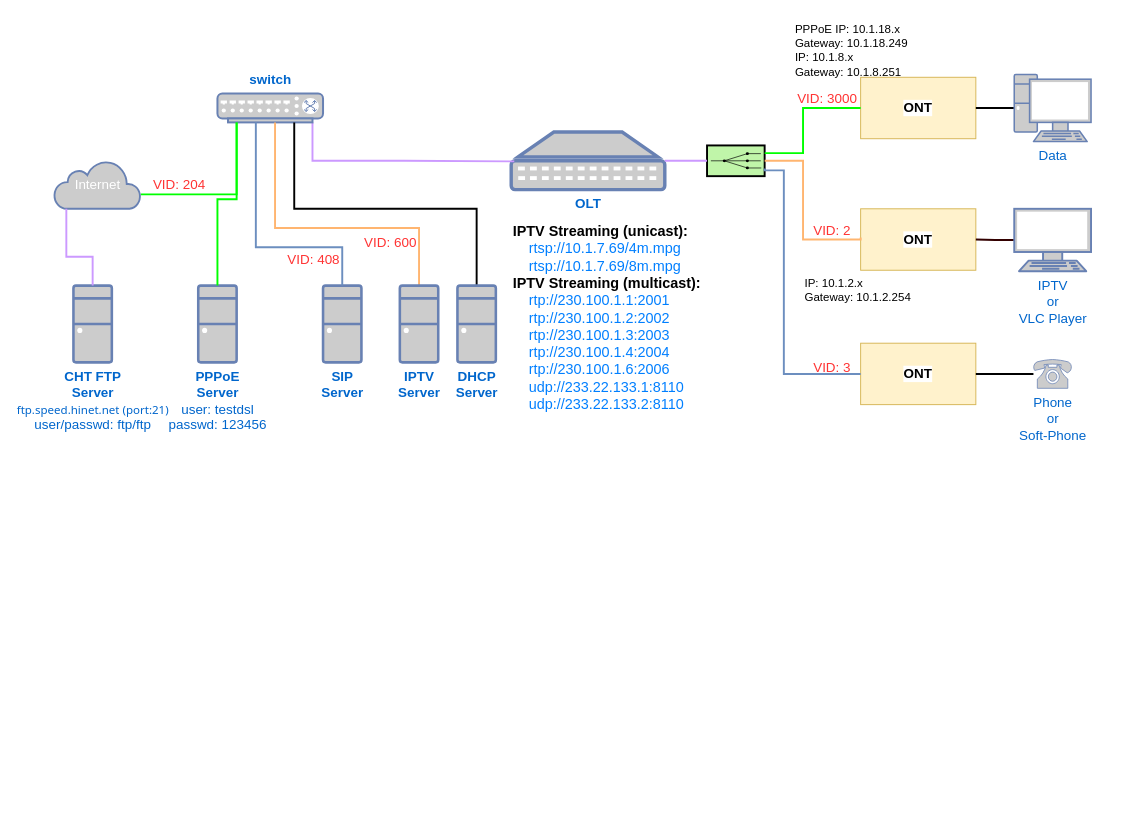
Before: HuaweiMA5800-X7-ONT-Setup/BSQA-ENV_Topology.drawio.xml in ChangHsingLee/TeraTermScripts, a draw.io diagram. Source tidied: cells renumbered, new cells numbered last; positions are measured from the earlier drawing's top-left corner, leaving out a move shared by most shapes. Both pictures are drawn from the tidied source at 96%, with x=0, y=0 at pixel (54, 16).
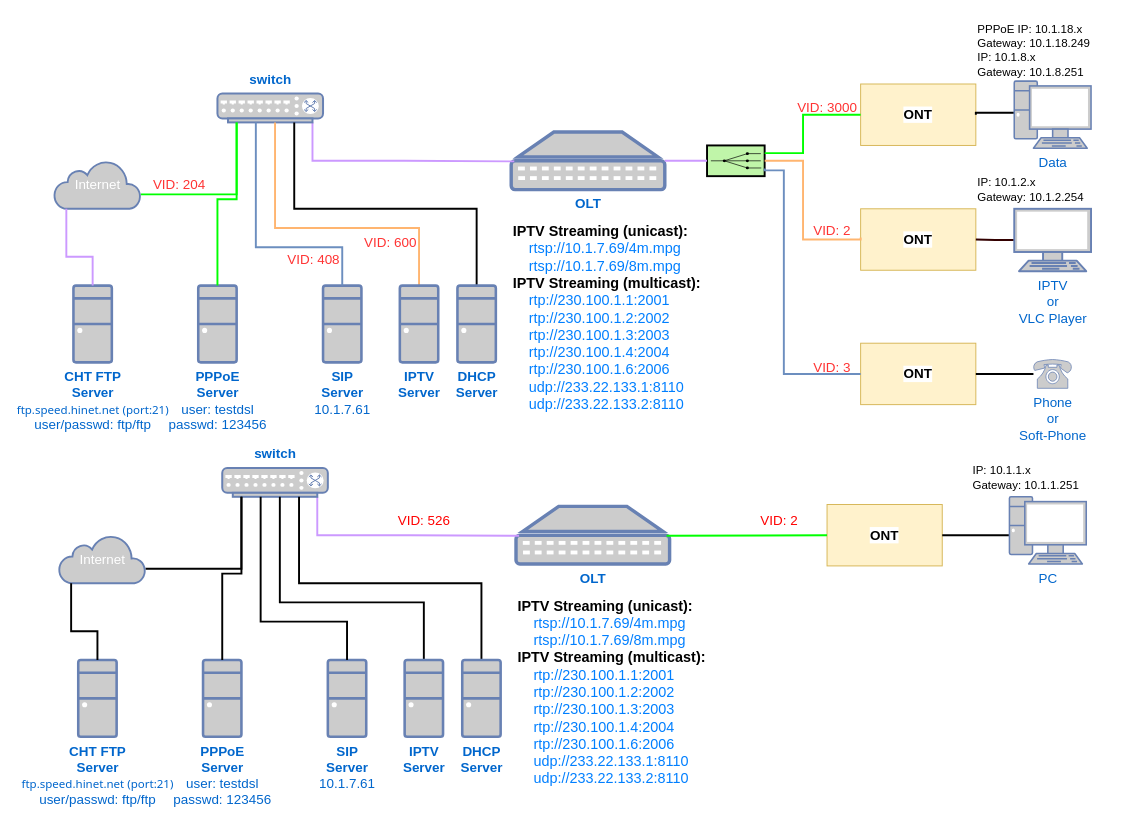
The same page after the edit.

The change refers to these unchanged cells:
```xml
<mxCell id="2" style="group;" parent="1" vertex="1">
  <mxGeometry width="1080" height="417.5" as="geometry" />
</mxCell>
<mxCell id="8" style="strokeWidth=2;outlineConnect=0;dashed=0;align=center;fontSize=8;fillColor=#c0f5a9;verticalLabelPosition=bottom;verticalAlign=top;shape=mxgraph.eip.recipient_list;" parent="2" vertex="1">
  <mxGeometry x="680" y="134" width="60" height="32" as="geometry" />
</mxCell>
```

The edit, as a diff of the source:
```diff
@@
     <mxCell id="4" value="&lt;b&gt;ONT&lt;/b&gt;" style="rounded=0;whiteSpace=wrap;html=1;labelBackgroundColor=#FFFFFF;fontSize=14;fillColor=#fff2cc;strokeColor=#d6b656;" parent="2" vertex="1">
-      <mxGeometry x="840" y="63" width="120" height="64" as="geometry" />
+      <mxGeometry x="840" y="70" width="120" height="64" as="geometry" />
     </mxCell>
@@
     <mxCell id="19" style="edgeStyle=orthogonalEdgeStyle;rounded=0;jettySize=auto;html=1;entryX=1;entryY=0.25;entryDx=0;entryDy=0;entryPerimeter=0;strokeColor=#00FF00;strokeWidth=2;fontSize=14;fontColor=#FFFFFF;endArrow=none;endFill=0;startArrow=none;exitX=0;exitY=0.5;exitDx=0;exitDy=0;" parent="2" edge="1" source="4" target="8">
       <mxGeometry relative="1" as="geometry">
         <Array as="points">
-          <mxPoint x="780" y="95" />
+          <mxPoint x="780" y="102" />
           <mxPoint x="780" y="142" />
         </Array>
       </mxGeometry>
     </mxCell>
@@
     <mxCell id="21" style="edgeStyle=orthogonalEdgeStyle;rounded=0;jettySize=auto;html=1;strokeColor=#000000;strokeWidth=2;fontSize=14;fontColor=#FFFFFF;endArrow=none;endFill=0;entryX=1;entryY=0.5;entryDx=0;entryDy=0;" parent="2" edge="1" source="24" target="4">
       <mxGeometry relative="1" as="geometry">
         <Array as="points">
-          <mxPoint x="970" y="95" />
-          <mxPoint x="970" y="95" />
+          <mxPoint x="960" y="100" />
         </Array>
       </mxGeometry>
     </mxCell>
@@
     <mxCell id="24" value="Data" style="fontColor=#0066CC;verticalAlign=top;verticalLabelPosition=bottom;labelPosition=center;align=center;html=1;outlineConnect=0;fillColor=#CCCCCC;strokeColor=#6881B3;gradientColor=none;gradientDirection=north;strokeWidth=2;shape=mxgraph.networks.pc;labelBackgroundColor=#FFFFFF;fontSize=14;" parent="2" vertex="1">
-      <mxGeometry x="1000" y="60" width="80" height="70" as="geometry" />
+      <mxGeometry x="1000" y="67" width="80" height="70" as="geometry" />
     </mxCell>
@@
     <mxCell id="28" value="IP: 10.1.8.x&lt;br&gt;&lt;div style=&quot;&quot;&gt;&lt;span style=&quot;background-color: initial;&quot;&gt;Gateway:&amp;nbsp;10.1.8.251&lt;/span&gt;&lt;/div&gt;" style="text;html=1;align=left;verticalAlign=middle;strokeColor=none;fillColor=none;" parent="2" vertex="1">
-      <mxGeometry x="770" y="30" width="130" height="40" as="geometry" />
+      <mxGeometry x="960" y="30" width="130" height="40" as="geometry" />
     </mxCell>
@@
     <mxCell id="31" value="IP: 10.1.2.x&lt;br&gt;&lt;div style=&quot;&quot;&gt;&lt;span style=&quot;background-color: initial;&quot;&gt;Gateway:&amp;nbsp;10.1.2.254&lt;/span&gt;&lt;/div&gt;" style="text;html=1;align=left;verticalAlign=middle;strokeColor=none;fillColor=none;" parent="2" vertex="1">
-      <mxGeometry x="780" y="265" width="130" height="40" as="geometry" />
+      <mxGeometry x="960" y="160" width="130" height="40" as="geometry" />
     </mxCell>
     <mxCell id="32" value="PPPoE IP: 10.1.18.x&lt;br&gt;Gateway: 10.1.18.249" style="text;html=1;align=left;verticalAlign=middle;strokeColor=none;fillColor=none;" parent="2" vertex="1">
-      <mxGeometry x="770" width="140" height="40" as="geometry" />
+      <mxGeometry x="960" width="140" height="40" as="geometry" />
     </mxCell>
@@
     <mxCell id="34" value="&lt;font color=&quot;#ff3333&quot;&gt;VID: 3000&lt;/font&gt;" style="text;html=1;align=center;verticalAlign=middle;strokeColor=none;fillColor=none;fontSize=14;fontColor=#0066CC;" parent="2" vertex="1">
-      <mxGeometry x="760" y="70" width="90" height="30" as="geometry" />
+      <mxGeometry x="760" y="80" width="90" height="30" as="geometry" />
     </mxCell>
-    <mxCell id="35" value="&lt;b&gt;SIP&lt;br&gt;Server&lt;/b&gt;" style="fontColor=#0066CC;verticalAlign=top;verticalLabelPosition=bottom;labelPosition=center;align=center;html=1;outlineConnect=0;fillColor=#CCCCCC;strokeColor=#6881B3;gradientColor=none;gradientDirection=north;strokeWidth=2;shape=mxgraph.networks.desktop_pc;fontSize=14;" parent="2" vertex="1">
+    <mxCell id="35" value="&lt;b&gt;SIP&lt;br&gt;Server&lt;br&gt;&lt;/b&gt;10.1.7.61&lt;b&gt;&lt;br&gt;&lt;/b&gt;" style="fontColor=#0066CC;verticalAlign=top;verticalLabelPosition=bottom;labelPosition=center;align=center;html=1;outlineConnect=0;fillColor=#CCCCCC;strokeColor=#6881B3;gradientColor=none;gradientDirection=north;strokeWidth=2;shape=mxgraph.networks.desktop_pc;fontSize=14;" parent="2" vertex="1">
       <mxGeometry x="280" y="280" width="40" height="80" as="geometry" />
     </mxCell>
@@
+    <mxCell id="43" style="group;" parent="1" vertex="1">
+      <mxGeometry x="5" y="440" width="1080" height="367.5" as="geometry" />
+    </mxCell>
+    <mxCell id="44" value="&lt;b&gt;ONT&lt;/b&gt;" style="rounded=0;whiteSpace=wrap;html=1;labelBackgroundColor=#FFFFFF;fontSize=14;fillColor=#fff2cc;strokeColor=#d6b656;" parent="43" vertex="1">
+      <mxGeometry x="800" y="68" width="120" height="64" as="geometry" />
+    </mxCell>
+    <mxCell id="45" value="&lt;b&gt;&lt;font style=&quot;font-size: 14px;&quot;&gt;OLT&lt;/font&gt;&lt;/b&gt;" style="fontColor=#0066CC;verticalAlign=top;verticalLabelPosition=bottom;labelPosition=center;align=center;html=1;outlineConnect=0;fillColor=#CCCCCC;strokeColor=#6881B3;gradientColor=none;gradientDirection=north;strokeWidth=2;shape=mxgraph.networks.patch_panel;" parent="43" vertex="1">
+      <mxGeometry x="476" y="70" width="160" height="60" as="geometry" />
+    </mxCell>
+    <mxCell id="46" style="edgeStyle=orthogonalEdgeStyle;rounded=0;jettySize=auto;html=1;entryX=0.02;entryY=0.51;entryDx=0;entryDy=0;entryPerimeter=0;fontSize=14;endArrow=none;endFill=0;strokeColor=#CC99FF;strokeWidth=2;" parent="43" edge="1" source="47" target="45">
+      <mxGeometry relative="1" as="geometry">
+        <Array as="points">
+          <mxPoint x="269" y="100" />
+          <mxPoint x="365" y="100" />
+        </Array>
+      </mxGeometry>
+    </mxCell>
+    <mxCell id="47" style="fontColor=#0066CC;verticalAlign=top;verticalLabelPosition=bottom;labelPosition=center;align=center;html=1;outlineConnect=0;fillColor=#CCCCCC;strokeColor=#6881B3;gradientColor=none;gradientDirection=north;strokeWidth=2;shape=mxgraph.networks.switch;fontSize=14;" parent="43" vertex="1">
+      <mxGeometry x="170" y="30" width="110" height="30" as="geometry" />
+    </mxCell>
+    <mxCell id="48" style="edgeStyle=orthogonalEdgeStyle;rounded=0;jettySize=auto;html=1;fontSize=14;endArrow=none;endFill=0;strokeWidth=2;exitX=0.5;exitY=0;exitDx=0;exitDy=0;exitPerimeter=0;" parent="43" edge="1" source="49" target="47">
+      <mxGeometry relative="1" as="geometry">
+        <Array as="points">
+          <mxPoint x="440" y="150" />
+          <mxPoint x="250" y="150" />
+        </Array>
+      </mxGeometry>
+    </mxCell>
+    <mxCell id="49" value="&lt;b&gt;DHCP&lt;br&gt;Server&lt;/b&gt;" style="fontColor=#0066CC;verticalAlign=top;verticalLabelPosition=bottom;labelPosition=center;align=center;html=1;outlineConnect=0;fillColor=#CCCCCC;strokeColor=#6881B3;gradientColor=none;gradientDirection=north;strokeWidth=2;shape=mxgraph.networks.desktop_pc;fontSize=14;" parent="43" vertex="1">
+      <mxGeometry x="420" y="230" width="40" height="80" as="geometry" />
+    </mxCell>
+    <mxCell id="50" style="edgeStyle=orthogonalEdgeStyle;rounded=0;jettySize=auto;html=1;fontSize=14;endArrow=none;endFill=0;strokeWidth=2;strokeColor=#000000;exitX=0.5;exitY=0;exitDx=0;exitDy=0;exitPerimeter=0;" parent="43" edge="1" source="51" target="47">
+      <mxGeometry relative="1" as="geometry">
+        <Array as="points">
+          <mxPoint x="380" y="170" />
+          <mxPoint x="230" y="170" />
+        </Array>
+      </mxGeometry>
+    </mxCell>
+    <mxCell id="51" value="&lt;b&gt;IPTV&lt;br&gt;Server&lt;/b&gt;" style="fontColor=#0066CC;verticalAlign=top;verticalLabelPosition=bottom;labelPosition=center;align=center;html=1;outlineConnect=0;fillColor=#CCCCCC;strokeColor=#6881B3;gradientColor=none;gradientDirection=north;strokeWidth=2;shape=mxgraph.networks.desktop_pc;fontSize=14;" parent="43" vertex="1">
+      <mxGeometry x="360" y="230" width="40" height="80" as="geometry" />
+    </mxCell>
+    <mxCell id="52" style="edgeStyle=orthogonalEdgeStyle;rounded=0;jettySize=auto;html=1;fontSize=14;endArrow=none;endFill=0;strokeWidth=2;strokeColor=#000000;" parent="43" edge="1" source="53" target="47">
+      <mxGeometry relative="1" as="geometry">
+        <Array as="points">
+          <mxPoint x="190" y="135" />
+        </Array>
+      </mxGeometry>
+    </mxCell>
+    <mxCell id="53" value="Internet" style="html=1;outlineConnect=0;fillColor=#CCCCCC;strokeColor=#6881B3;gradientColor=none;gradientDirection=north;strokeWidth=2;shape=mxgraph.networks.cloud;fontColor=#ffffff;fontSize=14;" parent="43" vertex="1">
+      <mxGeometry y="100" width="90" height="50" as="geometry" />
+    </mxCell>
+    <mxCell id="54" value="&lt;font color=&quot;#0066cc&quot;&gt;&lt;b&gt;switch&lt;/b&gt;&lt;/font&gt;" style="text;html=1;align=center;verticalAlign=middle;strokeColor=none;fillColor=none;fontSize=14;fontColor=#66B2FF;" parent="43" vertex="1">
+      <mxGeometry x="190" width="70" height="30" as="geometry" />
+    </mxCell>
+    <mxCell id="55" style="edgeStyle=orthogonalEdgeStyle;rounded=0;jettySize=auto;html=1;entryX=0.98;entryY=0.51;entryDx=0;entryDy=0;entryPerimeter=0;strokeColor=#00FF00;strokeWidth=2;fontSize=14;fontColor=#FFFFFF;endArrow=none;endFill=0;startArrow=none;exitX=0;exitY=0.5;exitDx=0;exitDy=0;" parent="43" edge="1" source="44" target="45">
+      <mxGeometry relative="1" as="geometry">
+        <Array as="points">
+          <mxPoint x="800" y="101" />
+        </Array>
+      </mxGeometry>
+    </mxCell>
+    <mxCell id="56" style="edgeStyle=orthogonalEdgeStyle;rounded=0;jettySize=auto;html=1;strokeColor=#000000;strokeWidth=2;fontSize=14;fontColor=#FFFFFF;endArrow=none;endFill=0;entryX=1;entryY=0.5;entryDx=0;entryDy=0;" parent="43" edge="1" source="57" target="44">
+      <mxGeometry relative="1" as="geometry">
+        <Array as="points">
+          <mxPoint x="920" y="100" />
+        </Array>
+      </mxGeometry>
+    </mxCell>
+    <mxCell id="57" value="PC" style="fontColor=#0066CC;verticalAlign=top;verticalLabelPosition=bottom;labelPosition=center;align=center;html=1;outlineConnect=0;fillColor=#CCCCCC;strokeColor=#6881B3;gradientColor=none;gradientDirection=north;strokeWidth=2;shape=mxgraph.networks.pc;labelBackgroundColor=#FFFFFF;fontSize=14;" parent="43" vertex="1">
+      <mxGeometry x="990" y="60" width="80" height="70" as="geometry" />
+    </mxCell>
+    <mxCell id="58" value="&lt;b&gt;CHT FTP&lt;/b&gt;&lt;br&gt;&lt;b&gt;Server&lt;/b&gt;&lt;br&gt;&lt;span style=&quot;font-family: Tahoma; font-size: 12px; background-color: rgb(255, 255, 255);&quot;&gt;ftp.speed.hinet.net&lt;/span&gt;&lt;span style=&quot;font-family: Tahoma; font-size: 12px; background-color: rgb(255, 255, 255);&quot; class=&quot;Apple-converted-space&quot;&gt;&amp;nbsp;&lt;/span&gt;&lt;span style=&quot;font-family: Tahoma; font-size: 12px; background-color: rgb(255, 255, 255);&quot;&gt;(port:21)&lt;br&gt;&lt;/span&gt;user/passwd: ftp/ftp" style="fontColor=#0066CC;verticalAlign=top;verticalLabelPosition=bottom;labelPosition=center;align=center;html=1;outlineConnect=0;fillColor=#CCCCCC;strokeColor=#6881B3;gradientColor=none;gradientDirection=north;strokeWidth=2;shape=mxgraph.networks.desktop_pc;fontSize=14;" parent="43" vertex="1">
+      <mxGeometry x="20" y="230" width="40" height="80" as="geometry" />
+    </mxCell>
+    <mxCell id="59" style="edgeStyle=orthogonalEdgeStyle;rounded=0;jettySize=auto;html=1;entryX=0.5;entryY=0;entryDx=0;entryDy=0;entryPerimeter=0;strokeColor=#000000;strokeWidth=2;fontSize=14;fontColor=#FFFFFF;endArrow=none;endFill=0;exitX=0.14;exitY=1;exitDx=0;exitDy=0;exitPerimeter=0;" parent="43" edge="1" source="53" target="58">
+      <mxGeometry relative="1" as="geometry">
+        <Array as="points">
+          <mxPoint x="13" y="200" />
+          <mxPoint x="40" y="200" />
+        </Array>
+      </mxGeometry>
+    </mxCell>
+    <mxCell id="60" value="&lt;b&gt;PPPoE&lt;/b&gt;&lt;br&gt;&lt;b&gt;Server&lt;/b&gt;&lt;br&gt;user: testdsl&lt;br&gt;passwd: 123456" style="fontColor=#0066CC;verticalAlign=top;verticalLabelPosition=bottom;labelPosition=center;align=center;html=1;outlineConnect=0;fillColor=#CCCCCC;strokeColor=#6881B3;gradientColor=none;gradientDirection=north;strokeWidth=2;shape=mxgraph.networks.desktop_pc;fontSize=14;" parent="43" vertex="1">
+      <mxGeometry x="150" y="230" width="40" height="80" as="geometry" />
+    </mxCell>
+    <mxCell id="61" style="edgeStyle=orthogonalEdgeStyle;rounded=0;jettySize=auto;html=1;labelBackgroundColor=none;strokeColor=#000000;strokeWidth=2;endArrow=none;endFill=0;entryX=0.5;entryY=0;entryDx=0;entryDy=0;entryPerimeter=0;" parent="43" edge="1" source="47" target="60">
+      <mxGeometry relative="1" as="geometry">
+        <Array as="points">
+          <mxPoint x="190" y="140" />
+          <mxPoint x="170" y="140" />
+        </Array>
+      </mxGeometry>
+    </mxCell>
+    <mxCell id="62" value="&lt;b&gt;IPTV Streaming (unicast):&lt;/b&gt;&lt;br style=&quot;font-size: 15px;&quot;&gt;&amp;nbsp; &amp;nbsp; &lt;font color=&quot;#007fff&quot;&gt;rtsp://10.1.7.69/4m.mpg&lt;br style=&quot;font-size: 15px;&quot;&gt;&amp;nbsp; &amp;nbsp; rtsp://10.1.7.69/8m.mpg&lt;/font&gt;&lt;br style=&quot;font-size: 15px;&quot;&gt;&lt;b&gt;IPTV Streaming (multicast):&lt;/b&gt;&lt;br style=&quot;font-size: 15px;&quot;&gt;&amp;nbsp; &amp;nbsp; &lt;font color=&quot;#007fff&quot;&gt;rtp://230.100.1.1:2001&lt;br style=&quot;font-size: 15px;&quot;&gt;&lt;/font&gt;&amp;nbsp; &amp;nbsp;&amp;nbsp;&lt;font style=&quot;border-color: var(--border-color);&quot; color=&quot;#007fff&quot;&gt;rtp://230.100.1.2:2002&lt;br style=&quot;border-color: var(--border-color);&quot;&gt;&lt;/font&gt;&lt;font color=&quot;#007fff&quot;&gt;&amp;nbsp; &amp;nbsp; rtp://230.100.1.3:2003&lt;br&gt;&lt;/font&gt;&amp;nbsp; &amp;nbsp;&amp;nbsp;&lt;font style=&quot;border-color: var(--border-color);&quot; color=&quot;#007fff&quot;&gt;rtp://230.100.1.4:2004&lt;br&gt;&lt;span style=&quot;color: rgb(0, 0, 0);&quot;&gt;&amp;nbsp; &amp;nbsp;&amp;nbsp;&lt;/span&gt;&lt;font style=&quot;border-color: var(--border-color);&quot; color=&quot;#007fff&quot;&gt;rtp://230.100.1.6:2006&lt;br&gt;&amp;nbsp; &amp;nbsp; udp://233.22.133.1:8110&lt;br&gt;&amp;nbsp; &amp;nbsp; udp://233.22.133.2:8110&lt;br style=&quot;border-color: var(--border-color);&quot;&gt;&lt;/font&gt;&lt;/font&gt;" style="text;html=1;align=left;verticalAlign=middle;strokeColor=none;fillColor=none;fontSize=15;" parent="43" vertex="1">
+      <mxGeometry x="476" y="157.5" width="220" height="210" as="geometry" />
+    </mxCell>
+    <mxCell id="63" value="&lt;b&gt;SIP&lt;br&gt;Server&lt;br&gt;&lt;/b&gt;10.1.7.61&lt;b&gt;&lt;br&gt;&lt;/b&gt;" style="fontColor=#0066CC;verticalAlign=top;verticalLabelPosition=bottom;labelPosition=center;align=center;html=1;outlineConnect=0;fillColor=#CCCCCC;strokeColor=#6881B3;gradientColor=none;gradientDirection=north;strokeWidth=2;shape=mxgraph.networks.desktop_pc;fontSize=14;" parent="43" vertex="1">
+      <mxGeometry x="280" y="230" width="40" height="80" as="geometry" />
+    </mxCell>
+    <mxCell id="64" style="edgeStyle=orthogonalEdgeStyle;rounded=0;jettySize=auto;html=1;entryX=0.5;entryY=0;entryDx=0;entryDy=0;entryPerimeter=0;strokeWidth=2;endArrow=none;endFill=0;fillColor=#dae8fc;strokeColor=#000000;" parent="43" edge="1" source="47" target="63">
+      <mxGeometry relative="1" as="geometry">
+        <Array as="points">
+          <mxPoint x="210" y="190" />
+          <mxPoint x="300" y="190" />
+        </Array>
+      </mxGeometry>
+    </mxCell>
+    <mxCell id="65" value="&lt;font color=&quot;#ff0000&quot;&gt;VID: 526&lt;/font&gt;" style="text;html=1;align=center;verticalAlign=middle;strokeColor=none;fillColor=none;fontSize=14;" parent="43" vertex="1">
+      <mxGeometry x="340" y="70" width="80" height="30" as="geometry" />
+    </mxCell>
+    <mxCell id="66" value="&lt;font color=&quot;#ff0000&quot;&gt;VID: 2&lt;/font&gt;" style="text;html=1;align=center;verticalAlign=middle;strokeColor=none;fillColor=none;fontSize=14;" parent="43" vertex="1">
+      <mxGeometry x="720" y="70" width="60" height="30" as="geometry" />
+    </mxCell>
+    <mxCell id="67" value="IP: 10.1.1.x&lt;br&gt;&lt;div style=&quot;&quot;&gt;&lt;span style=&quot;background-color: initial;&quot;&gt;Gateway:&amp;nbsp;10.1.1.251&lt;/span&gt;&lt;/div&gt;" style="text;html=1;align=left;verticalAlign=middle;strokeColor=none;fillColor=none;" parent="43" vertex="1">
+      <mxGeometry x="950" y="20" width="130" height="40" as="geometry" />
+    </mxCell>
```
